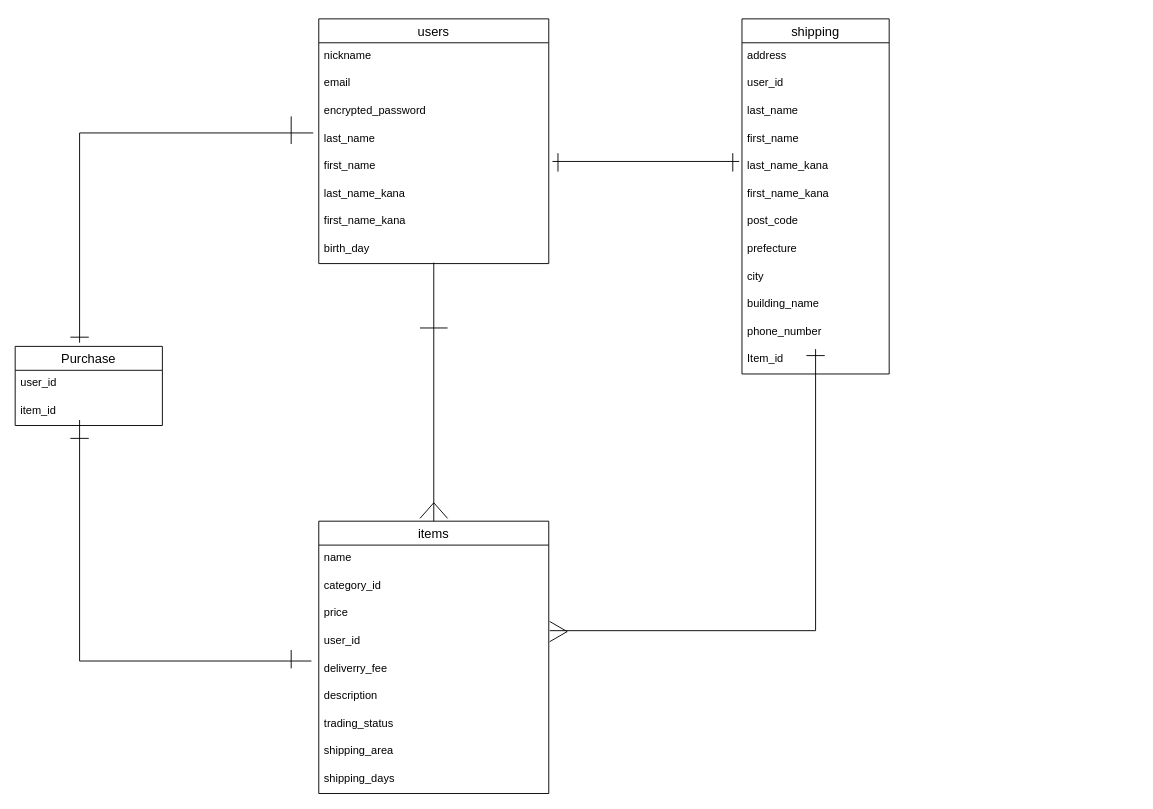
Before: Furima.dio in stitch05/furima-31530, a draw.io diagram. Source tidied: cells renumbered, new cells numbered last; positions are measured from the earlier drawing's top-left corner, leaving out a move shared by most shapes. Both pictures are drawn from the tidied source at 92%, with x=0, y=0 at pixel (15, 18).
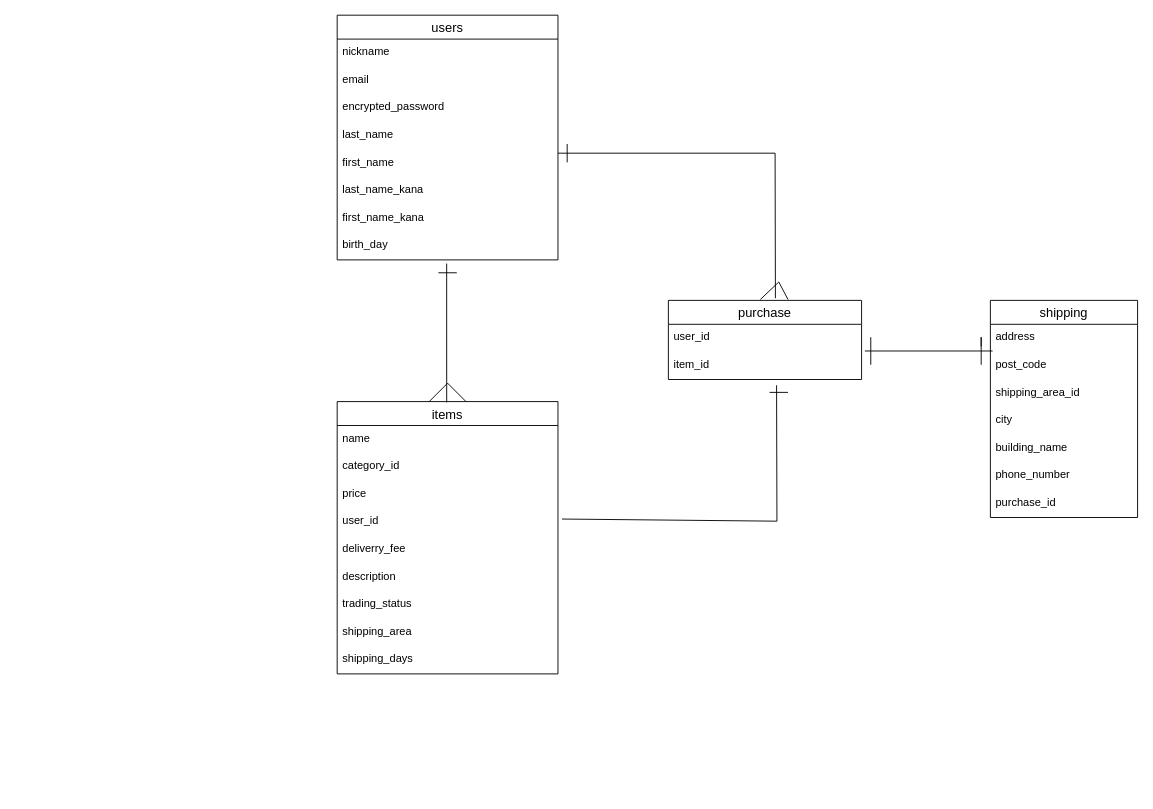
After the change.

Change to the diagram source:
```diff
@@
     <mxCell id="2" value="users" style="swimlane;fontStyle=0;horizontal=1;startSize=26;align=center;fontSize=14;" parent="1" vertex="1">
-      <mxGeometry x="330" width="250" height="266" as="geometry" />
+      <mxGeometry x="350" y="-4" width="240" height="266" as="geometry" />
     </mxCell>
     <mxCell id="3" value="nickname" style="text;strokeColor=none;fillColor=none;spacingLeft=4;spacingRight=4;overflow=hidden;fontSize=12;" parent="2" vertex="1">
-      <mxGeometry y="26" width="250" height="30" as="geometry" />
+      <mxGeometry y="26" width="240" height="30" as="geometry" />
     </mxCell>
     <mxCell id="4" value="email" style="text;strokeColor=none;fillColor=none;spacingLeft=4;spacingRight=4;overflow=hidden;fontSize=12;" parent="2" vertex="1">
-      <mxGeometry y="56" width="250" height="30" as="geometry" />
+      <mxGeometry y="56" width="240" height="30" as="geometry" />
     </mxCell>
     <mxCell id="5" value="encrypted_password" style="text;strokeColor=none;fillColor=none;spacingLeft=4;spacingRight=4;overflow=hidden;fontSize=12;" parent="2" vertex="1">
-      <mxGeometry y="86" width="250" height="30" as="geometry" />
+      <mxGeometry y="86" width="240" height="30" as="geometry" />
     </mxCell>
     <mxCell id="6" value="last_name&#10;" style="text;strokeColor=none;fillColor=none;spacingLeft=4;spacingRight=4;overflow=hidden;points=[[0,0.5],[1,0.5]];portConstraint=eastwest;fontSize=12;" parent="2" vertex="1">
-      <mxGeometry y="116" width="250" height="30" as="geometry" />
+      <mxGeometry y="116" width="240" height="30" as="geometry" />
     </mxCell>
     <mxCell id="7" value="first_name" style="text;strokeColor=none;fillColor=none;spacingLeft=4;spacingRight=4;overflow=hidden;points=[[0,0.5],[1,0.5]];portConstraint=eastwest;fontSize=12;" parent="2" vertex="1">
-      <mxGeometry y="146" width="250" height="30" as="geometry" />
+      <mxGeometry y="146" width="240" height="30" as="geometry" />
     </mxCell>
     <mxCell id="8" value="last_name_kana" style="text;strokeColor=none;fillColor=none;spacingLeft=4;spacingRight=4;overflow=hidden;fontSize=12;" parent="2" vertex="1">
-      <mxGeometry y="176" width="250" height="30" as="geometry" />
+      <mxGeometry y="176" width="240" height="30" as="geometry" />
     </mxCell>
     <mxCell id="9" value="first_name_kana&#10;" style="text;strokeColor=none;fillColor=none;spacingLeft=4;spacingRight=4;overflow=hidden;fontSize=12;" parent="2" vertex="1">
-      <mxGeometry y="206" width="250" height="30" as="geometry" />
+      <mxGeometry y="206" width="240" height="30" as="geometry" />
     </mxCell>
     <mxCell id="10" value="birth_day&#10;" style="text;strokeColor=none;fillColor=none;spacingLeft=4;spacingRight=4;overflow=hidden;points=[[0,0.5],[1,0.5]];portConstraint=eastwest;fontSize=12;" parent="2" vertex="1">
-      <mxGeometry y="236" width="250" height="30" as="geometry" />
+      <mxGeometry y="236" width="240" height="30" as="geometry" />
     </mxCell>
     <mxCell id="11" value="items" style="swimlane;fontStyle=0;horizontal=1;startSize=26;align=center;fontSize=14;" parent="1" vertex="1">
-      <mxGeometry x="330" y="546" width="250" height="296" as="geometry" />
+      <mxGeometry x="350" y="416" width="240" height="296" as="geometry" />
     </mxCell>
     <mxCell id="12" value="name" style="text;strokeColor=none;fillColor=none;spacingLeft=4;spacingRight=4;overflow=hidden;fontSize=12;" parent="11" vertex="1">
-      <mxGeometry y="26" width="250" height="30" as="geometry" />
+      <mxGeometry y="26" width="240" height="30" as="geometry" />
     </mxCell>
     <mxCell id="13" value="category_id&#10;" style="text;strokeColor=none;fillColor=none;spacingLeft=4;spacingRight=4;overflow=hidden;fontSize=12;" parent="11" vertex="1">
-      <mxGeometry y="56" width="250" height="30" as="geometry" />
+      <mxGeometry y="56" width="240" height="30" as="geometry" />
     </mxCell>
     <mxCell id="14" value="price&#10;" style="text;strokeColor=none;fillColor=none;spacingLeft=4;spacingRight=4;overflow=hidden;points=[[0,0.5],[1,0.5]];portConstraint=eastwest;fontSize=12;" parent="11" vertex="1">
-      <mxGeometry y="86" width="250" height="30" as="geometry" />
+      <mxGeometry y="86" width="240" height="30" as="geometry" />
     </mxCell>
     <mxCell id="15" value="user_id&#10;" style="text;strokeColor=none;fillColor=none;spacingLeft=4;spacingRight=4;overflow=hidden;points=[[0,0.5],[1,0.5]];portConstraint=eastwest;fontSize=12;" parent="11" vertex="1">
-      <mxGeometry y="116" width="250" height="30" as="geometry" />
+      <mxGeometry y="116" width="240" height="30" as="geometry" />
     </mxCell>
     <mxCell id="16" value="deliverry_fee" style="text;strokeColor=none;fillColor=none;spacingLeft=4;spacingRight=4;overflow=hidden;points=[[0,0.5],[1,0.5]];portConstraint=eastwest;fontSize=12;" parent="11" vertex="1">
-      <mxGeometry y="146" width="250" height="30" as="geometry" />
+      <mxGeometry y="146" width="240" height="30" as="geometry" />
     </mxCell>
     <mxCell id="17" value="description" style="text;strokeColor=none;fillColor=none;spacingLeft=4;spacingRight=4;overflow=hidden;fontSize=12;" parent="11" vertex="1">
-      <mxGeometry y="176" width="250" height="30" as="geometry" />
+      <mxGeometry y="176" width="240" height="30" as="geometry" />
     </mxCell>
     <mxCell id="18" value="trading_status " style="text;strokeColor=none;fillColor=none;spacingLeft=4;spacingRight=4;overflow=hidden;fontSize=12;" parent="11" vertex="1">
-      <mxGeometry y="206" width="250" height="30" as="geometry" />
+      <mxGeometry y="206" width="240" height="30" as="geometry" />
     </mxCell>
     <mxCell id="19" value="shipping_area" style="text;strokeColor=none;fillColor=none;spacingLeft=4;spacingRight=4;overflow=hidden;fontSize=12;" parent="11" vertex="1">
-      <mxGeometry y="236" width="250" height="30" as="geometry" />
+      <mxGeometry y="236" width="240" height="30" as="geometry" />
     </mxCell>
     <mxCell id="20" value="shipping_days" style="text;strokeColor=none;fillColor=none;spacingLeft=4;spacingRight=4;overflow=hidden;fontSize=12;" parent="11" vertex="1">
-      <mxGeometry y="266" width="250" height="30" as="geometry" />
+      <mxGeometry y="266" width="240" height="30" as="geometry" />
     </mxCell>
-    <mxCell id="21" style="endArrow=none;html=1;rounded=0;exitX=1.004;exitY=0.767;exitDx=0;exitDy=0;exitPerimeter=0;entryX=1.004;entryY=0.5;entryDx=0;entryDy=0;entryPerimeter=0;" parent="11" edge="1" source="14" target="15">
-      <mxGeometry relative="1" as="geometry">
-        <Array as="points">
-          <mxPoint x="270" y="120" />
-        </Array>
-      </mxGeometry>
-    </mxCell>
     <mxCell id="22" value="shipping" style="swimlane;fontStyle=0;horizontal=1;startSize=26;align=center;fontSize=14;" parent="1" vertex="1">
-      <mxGeometry x="790" width="160" height="386" as="geometry" />
+      <mxGeometry x="1060" y="306" width="160" height="236" as="geometry" />
     </mxCell>
@@
-    <mxCell id="24" value="user_id&#10;" style="text;strokeColor=none;fillColor=none;spacingLeft=4;spacingRight=4;overflow=hidden;fontSize=12;" parent="22" vertex="1">
-      <mxGeometry y="56" width="160" height="30" as="geometry" />
-    </mxCell>
-    <mxCell id="25" value="last_name" style="text;strokeColor=none;fillColor=none;spacingLeft=4;spacingRight=4;overflow=hidden;fontSize=12;" parent="22" vertex="1">
-      <mxGeometry y="86" width="160" height="30" as="geometry" />
-    </mxCell>
-    <mxCell id="26" value="first_name&#10;" style="text;strokeColor=none;fillColor=none;spacingLeft=4;spacingRight=4;overflow=hidden;fontSize=12;" parent="22" vertex="1">
-      <mxGeometry y="116" width="160" height="30" as="geometry" />
-    </mxCell>
-    <mxCell id="27" value="last_name_kana" style="text;strokeColor=none;fillColor=none;spacingLeft=4;spacingRight=4;overflow=hidden;points=[[0,0.5],[1,0.5]];portConstraint=eastwest;fontSize=12;" parent="22" vertex="1">
-      <mxGeometry y="146" width="160" height="30" as="geometry" />
-    </mxCell>
-    <mxCell id="28" value="first_name_kana" style="text;strokeColor=none;fillColor=none;spacingLeft=4;spacingRight=4;overflow=hidden;fontSize=12;" parent="22" vertex="1">
-      <mxGeometry y="176" width="160" height="30" as="geometry" />
-    </mxCell>
     <mxCell id="29" value="post_code" style="text;strokeColor=none;fillColor=none;spacingLeft=4;spacingRight=4;overflow=hidden;points=[[0,0.5],[1,0.5]];portConstraint=eastwest;fontSize=12;" parent="22" vertex="1">
-      <mxGeometry y="206" width="160" height="30" as="geometry" />
+      <mxGeometry y="56" width="160" height="30" as="geometry" />
     </mxCell>
-    <mxCell id="30" value="prefecture " style="text;strokeColor=none;fillColor=none;spacingLeft=4;spacingRight=4;overflow=hidden;fontSize=12;" parent="22" vertex="1">
-      <mxGeometry y="236" width="160" height="30" as="geometry" />
+    <mxCell id="30" value="shipping_area_id&#10;" style="text;strokeColor=none;fillColor=none;spacingLeft=4;spacingRight=4;overflow=hidden;fontSize=12;" parent="22" vertex="1">
+      <mxGeometry y="86" width="160" height="30" as="geometry" />
     </mxCell>
     <mxCell id="31" value="city" style="text;strokeColor=none;fillColor=none;spacingLeft=4;spacingRight=4;overflow=hidden;fontSize=12;" parent="22" vertex="1">
-      <mxGeometry y="266" width="160" height="30" as="geometry" />
+      <mxGeometry y="116" width="160" height="30" as="geometry" />
     </mxCell>
     <mxCell id="32" value="building_name" style="text;strokeColor=none;fillColor=none;spacingLeft=4;spacingRight=4;overflow=hidden;fontSize=12;" parent="22" vertex="1">
-      <mxGeometry y="296" width="160" height="30" as="geometry" />
+      <mxGeometry y="146" width="160" height="30" as="geometry" />
     </mxCell>
     <mxCell id="33" value="phone_number" style="text;strokeColor=none;fillColor=none;spacingLeft=4;spacingRight=4;overflow=hidden;fontSize=12;" parent="22" vertex="1">
-      <mxGeometry y="326" width="160" height="30" as="geometry" />
+      <mxGeometry y="176" width="160" height="30" as="geometry" />
     </mxCell>
-    <mxCell id="34" value="Item_id" style="text;strokeColor=none;fillColor=none;spacingLeft=4;spacingRight=4;overflow=hidden;fontSize=12;" parent="22" vertex="1">
-      <mxGeometry y="356" width="160" height="30" as="geometry" />
+    <mxCell id="34" value="purchase_id" style="text;strokeColor=none;fillColor=none;spacingLeft=4;spacingRight=4;overflow=hidden;fontSize=12;" parent="22" vertex="1">
+      <mxGeometry y="206" width="160" height="30" as="geometry" />
     </mxCell>
-    <mxCell id="35" style="endArrow=none;html=1;rounded=0;exitX=0.5;exitY=0.967;exitDx=0;exitDy=0;exitPerimeter=0;" parent="1" edge="1" source="10">
-      <mxGeometry relative="1" as="geometry">
-        <mxPoint x="455" y="546" as="targetPoint" />
-      </mxGeometry>
-    </mxCell>
-    <mxCell id="36" style="endArrow=none;html=1;rounded=0;" parent="1" edge="1">
-      <mxGeometry relative="1" as="geometry">
-        <mxPoint x="440" y="336" as="sourcePoint" />
-        <mxPoint x="470" y="336" as="targetPoint" />
-      </mxGeometry>
-    </mxCell>
-    <mxCell id="37" style="endArrow=none;html=1;rounded=0;" parent="1" edge="1">
-      <mxGeometry relative="1" as="geometry">
-        <mxPoint x="440" y="543" as="sourcePoint" />
-        <mxPoint x="470" y="543" as="targetPoint" />
-        <Array as="points">
-          <mxPoint x="455" y="526" />
-        </Array>
-      </mxGeometry>
-    </mxCell>
-    <mxCell id="38" style="endArrow=none;html=1;rounded=0;exitX=1.016;exitY=0.3;exitDx=0;exitDy=0;exitPerimeter=0;entryX=-0.019;entryY=0.3;entryDx=0;entryDy=0;entryPerimeter=0;" parent="1" edge="1" source="7" target="27">
-      <mxGeometry relative="1" as="geometry" />
-    </mxCell>
-    <mxCell id="39" style="endArrow=none;html=1;rounded=0;" parent="1" edge="1">
-      <mxGeometry relative="1" as="geometry">
-        <mxPoint x="590" y="146" as="sourcePoint" />
-        <mxPoint x="590" y="166" as="targetPoint" />
-      </mxGeometry>
-    </mxCell>
-    <mxCell id="40" style="endArrow=none;html=1;rounded=0;" parent="1" edge="1">
-      <mxGeometry relative="1" as="geometry">
-        <mxPoint x="780" y="146" as="sourcePoint" />
-        <mxPoint x="780" y="166" as="targetPoint" />
-      </mxGeometry>
-    </mxCell>
-    <mxCell id="41" style="endArrow=none;html=1;rounded=0;exitX=1.004;exitY=0.1;exitDx=0;exitDy=0;exitPerimeter=0;" parent="1" edge="1" source="15">
-      <mxGeometry relative="1" as="geometry">
-        <mxPoint x="870" y="359" as="targetPoint" />
-        <Array as="points">
-          <mxPoint x="870" y="665" />
-        </Array>
-      </mxGeometry>
-    </mxCell>
-    <mxCell id="42" style="endArrow=none;html=1;rounded=0;" parent="1" edge="1">
-      <mxGeometry relative="1" as="geometry">
-        <mxPoint x="860" y="366" as="sourcePoint" />
-        <mxPoint x="880" y="366" as="targetPoint" />
-      </mxGeometry>
-    </mxCell>
-    <mxCell id="43" value="Purchase" style="swimlane;fontStyle=0;horizontal=1;startSize=26;align=center;fontSize=14;" parent="1" vertex="1">
-      <mxGeometry y="356" width="160" height="86" as="geometry" />
+    <mxCell id="43" value="purchase" style="swimlane;fontStyle=0;horizontal=1;startSize=26;align=center;fontSize=14;" parent="1" vertex="1">
+      <mxGeometry x="710" y="306" width="210" height="86" as="geometry" />
     </mxCell>
     <mxCell id="44" value="user_id" style="text;strokeColor=none;fillColor=none;spacingLeft=4;spacingRight=4;overflow=hidden;points=[[0,0.5],[1,0.5]];portConstraint=eastwest;fontSize=12;" parent="43" vertex="1">
-      <mxGeometry y="26" width="160" height="30" as="geometry" />
+      <mxGeometry y="26" width="210" height="30" as="geometry" />
     </mxCell>
     <mxCell id="45" value="item_id&#10;" style="text;strokeColor=none;fillColor=none;spacingLeft=4;spacingRight=4;overflow=hidden;points=[[0,0.5],[1,0.5]];portConstraint=eastwest;fontSize=12;" parent="43" vertex="1">
-      <mxGeometry y="56" width="160" height="30" as="geometry" />
+      <mxGeometry y="56" width="210" height="30" as="geometry" />
     </mxCell>
-    <mxCell id="46" style="endArrow=none;html=1;rounded=0;" parent="43" edge="1">
-      <mxGeometry relative="1" as="geometry">
-        <mxPoint x="60" y="100" as="sourcePoint" />
-        <mxPoint x="80" y="100" as="targetPoint" />
-        <Array as="points">
-          <mxPoint x="70" y="100" />
-        </Array>
-      </mxGeometry>
-    </mxCell>
-    <mxCell id="47" style="endArrow=none;html=1;rounded=0;entryX=-0.024;entryY=0.267;entryDx=0;entryDy=0;entryPerimeter=0;" parent="1" edge="1" target="6">
-      <mxGeometry relative="1" as="geometry">
-        <mxPoint x="70" y="352" as="sourcePoint" />
-        <Array as="points">
-          <mxPoint x="70" y="124" />
-        </Array>
-      </mxGeometry>
-    </mxCell>
-    <mxCell id="48" style="endArrow=none;html=1;rounded=0;entryX=-0.032;entryY=0.2;entryDx=0;entryDy=0;entryPerimeter=0;" parent="1" edge="1" target="16">
-      <mxGeometry relative="1" as="geometry">
-        <mxPoint x="70" y="436" as="sourcePoint" />
-        <Array as="points">
-          <mxPoint x="70" y="698" />
-        </Array>
-      </mxGeometry>
-    </mxCell>
-    <mxCell id="49" style="endArrow=none;html=1;rounded=0;" parent="1" edge="1">
-      <mxGeometry relative="1" as="geometry">
-        <mxPoint x="300" y="106" as="sourcePoint" />
-        <mxPoint x="300" y="136" as="targetPoint" />
-      </mxGeometry>
-    </mxCell>
-    <mxCell id="50" style="endArrow=none;html=1;rounded=0;" parent="1" edge="1">
-      <mxGeometry relative="1" as="geometry">
-        <mxPoint x="300" y="706" as="sourcePoint" />
-        <mxPoint x="300" y="686" as="targetPoint" />
-      </mxGeometry>
-    </mxCell>
-    <mxCell id="51" style="endArrow=none;html=1;rounded=0;" parent="1" edge="1">
-      <mxGeometry relative="1" as="geometry">
-        <mxPoint x="60" y="346" as="sourcePoint" />
-        <mxPoint x="80" y="346" as="targetPoint" />
-      </mxGeometry>
-    </mxCell>
+    <mxCell id="52" style="endArrow=none;html=1;rounded=0;entryX=0.496;entryY=0.003;entryDx=0;entryDy=0;entryPerimeter=0;" parent="1" edge="1" target="11">
+      <mxGeometry relative="1" as="geometry">
+        <mxPoint x="469" y="266" as="sourcePoint" />
+      </mxGeometry>
+    </mxCell>
+    <mxCell id="53" style="endArrow=none;html=1;rounded=0;entryX=0.554;entryY=-0.027;entryDx=0;entryDy=0;entryPerimeter=0;" parent="1" edge="1" target="43">
+      <mxGeometry relative="1" as="geometry">
+        <mxPoint x="590" y="146" as="sourcePoint" />
+        <Array as="points">
+          <mxPoint x="826" y="146" />
+        </Array>
+      </mxGeometry>
+    </mxCell>
+    <mxCell id="54" style="endArrow=none;html=1;rounded=0;exitX=1.018;exitY=0.389;exitDx=0;exitDy=0;exitPerimeter=0;entryX=0.56;entryY=1.211;entryDx=0;entryDy=0;entryPerimeter=0;" parent="1" edge="1" source="15" target="45">
+      <mxGeometry relative="1" as="geometry">
+        <Array as="points">
+          <mxPoint x="828" y="546" />
+        </Array>
+      </mxGeometry>
+    </mxCell>
+    <mxCell id="55" style="endArrow=none;html=1;rounded=0;exitX=1.017;exitY=0.967;exitDx=0;exitDy=0;exitPerimeter=0;entryX=0.015;entryY=-0.033;entryDx=0;entryDy=0;entryPerimeter=0;" parent="1" edge="1" source="44" target="29">
+      <mxGeometry relative="1" as="geometry" />
+    </mxCell>
+    <mxCell id="56" style="endArrow=none;html=1;rounded=0;" parent="1" edge="1">
+      <mxGeometry relative="1" as="geometry">
+        <mxPoint x="1050" y="356" as="sourcePoint" />
+        <mxPoint x="1050" y="376" as="targetPoint" />
+        <Array as="points">
+          <mxPoint x="1050" y="346" />
+        </Array>
+      </mxGeometry>
+    </mxCell>
+    <mxCell id="57" style="endArrow=none;html=1;rounded=0;" parent="1" edge="1">
+      <mxGeometry relative="1" as="geometry">
+        <mxPoint x="600" y="136" as="sourcePoint" />
+        <mxPoint x="600" y="156" as="targetPoint" />
+      </mxGeometry>
+    </mxCell>
+    <mxCell id="58" style="endArrow=none;html=1;rounded=0;" parent="1" edge="1">
+      <mxGeometry relative="1" as="geometry">
+        <mxPoint x="930" y="346" as="sourcePoint" />
+        <mxPoint x="930" y="376" as="targetPoint" />
+      </mxGeometry>
+    </mxCell>
+    <mxCell id="59" style="endArrow=none;html=1;rounded=0;" parent="1" edge="1">
+      <mxGeometry relative="1" as="geometry">
+        <mxPoint x="820" y="406" as="sourcePoint" />
+        <mxPoint x="840" y="406" as="targetPoint" />
+      </mxGeometry>
+    </mxCell>
+    <mxCell id="60" style="endArrow=none;html=1;rounded=0;" parent="1" edge="1">
+      <mxGeometry relative="1" as="geometry">
+        <mxPoint x="460" y="276" as="sourcePoint" />
+        <mxPoint x="480" y="276" as="targetPoint" />
+      </mxGeometry>
+    </mxCell>
+    <mxCell id="61" style="endArrow=none;html=1;rounded=0;exitX=0.418;exitY=-0.001;exitDx=0;exitDy=0;exitPerimeter=0;" parent="1" edge="1" source="11">
+      <mxGeometry relative="1" as="geometry">
+        <mxPoint x="490" y="416" as="targetPoint" />
+        <Array as="points">
+          <mxPoint x="470" y="396" />
+        </Array>
+      </mxGeometry>
+    </mxCell>
+    <mxCell id="62" style="endArrow=none;html=1;rounded=0;" parent="1" edge="1">
+      <mxGeometry relative="1" as="geometry">
+        <mxPoint x="810" y="305" as="sourcePoint" />
+        <mxPoint x="840" y="305" as="targetPoint" />
+        <Array as="points">
+          <mxPoint x="830" y="286" />
+        </Array>
+      </mxGeometry>
+    </mxCell>
```
